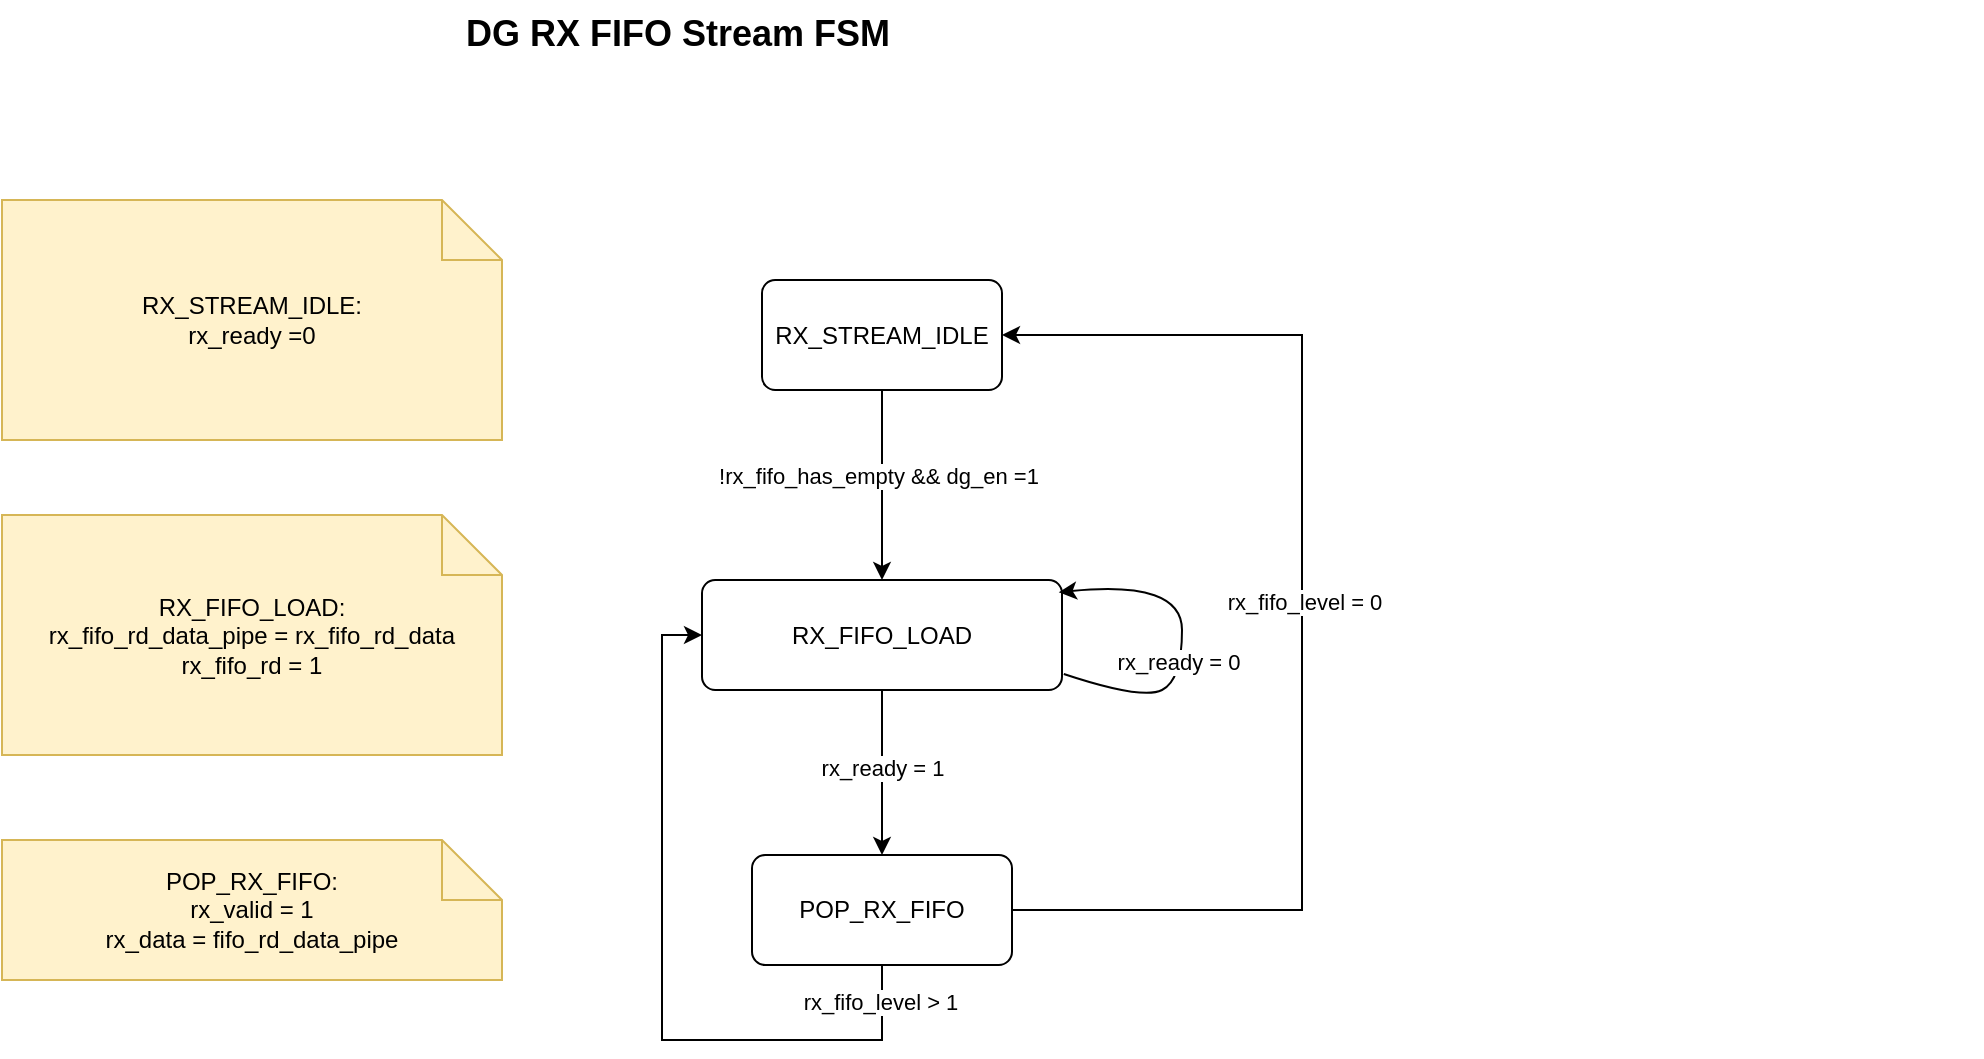
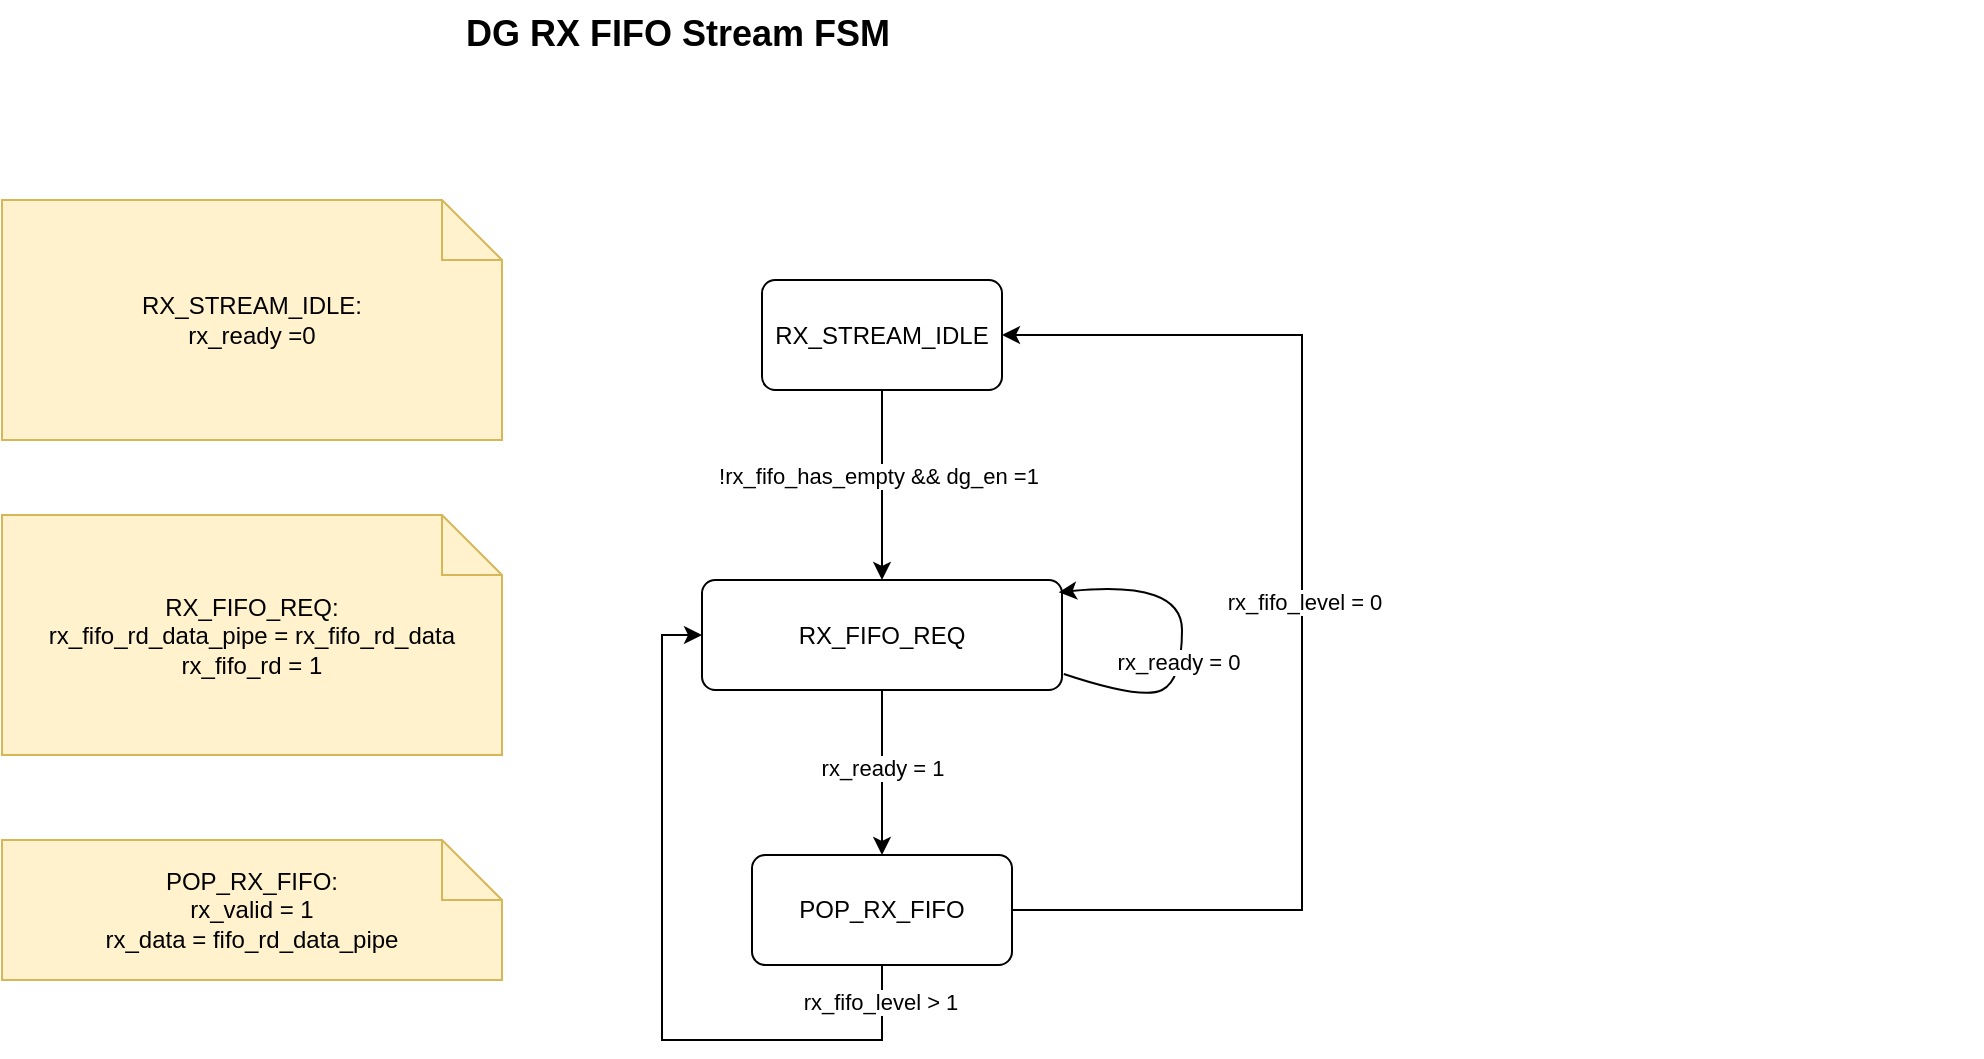
<mxfile host="app.diagrams.net">
  <diagram name="第 1 页" id="1fRNLwPgRf_CtldP1hrz">
    <mxGraphModel dx="-981" dy="380" grid="1" gridSize="10" guides="1" tooltips="1" connect="1" arrows="1" fold="1" page="1" pageScale="1" pageWidth="827" pageHeight="1169" math="0" shadow="0">
      <root>
        <mxCell id="0" />
        <mxCell id="1" parent="0" />
        <mxCell id="M1j7goV4bkzS5Lg1R7Bt-28" parent="1" style="text;html=1;strokeColor=none;fillColor=none;fontSize=18;fontStyle=1;" value="DG RX FIFO Stream FSM&amp;nbsp;&amp;nbsp;" vertex="1">
          <mxGeometry height="40" width="760" x="2040" y="130" as="geometry" />
        </mxCell>
        <mxCell id="M1j7goV4bkzS5Lg1R7Bt-29" parent="1" style="rounded=1;whiteSpace=wrap;html=1;arcSize=12;fillColor=#ffffff;strokeColor=#000000;" value="RX_STREAM_IDLE" vertex="1">
          <mxGeometry height="55" width="120" x="2190" y="270" as="geometry" />
        </mxCell>
-         <mxCell id="M1j7goV4bkzS5Lg1R7Bt-30" parent="1" style="rounded=1;whiteSpace=wrap;html=1;arcSize=12;fillColor=#ffffff;strokeColor=#000000;" value="RX_FIFO_LOAD" vertex="1">
+         <mxCell id="M1j7goV4bkzS5Lg1R7Bt-30" parent="1" style="rounded=1;whiteSpace=wrap;html=1;arcSize=12;fillColor=#ffffff;strokeColor=#000000;" value="RX_FIFO_REQ" vertex="1">
          <mxGeometry height="55" width="180" x="2160" y="420" as="geometry" />
        </mxCell>
        <mxCell id="M1j7goV4bkzS5Lg1R7Bt-31" edge="1" parent="1" source="M1j7goV4bkzS5Lg1R7Bt-29" style="endArrow=classic;html=1;rounded=0;exitX=0.5;exitY=1;exitDx=0;exitDy=0;entryX=0.5;entryY=0;entryDx=0;entryDy=0;" target="M1j7goV4bkzS5Lg1R7Bt-30" value="">
          <mxGeometry height="50" relative="1" width="50" as="geometry">
            <mxPoint x="2270" y="390" as="sourcePoint" />
            <mxPoint x="2320" y="340" as="targetPoint" />
          </mxGeometry>
        </mxCell>
        <mxCell id="M1j7goV4bkzS5Lg1R7Bt-32" connectable="0" parent="M1j7goV4bkzS5Lg1R7Bt-31" style="edgeLabel;html=1;align=center;verticalAlign=middle;resizable=0;points=[];" value="!rx_fifo_has_empty &amp;amp;&amp;amp; dg_en =1" vertex="1">
          <mxGeometry relative="1" x="-0.0927" y="-2" as="geometry">
            <mxPoint as="offset" />
          </mxGeometry>
        </mxCell>
-         <mxCell id="M1j7goV4bkzS5Lg1R7Bt-33" parent="1" style="shape=note;whiteSpace=wrap;html=1;fillColor=#fff2cc;strokeColor=#d6b656;" value="RX_FIFO_LOAD:&lt;div&gt;rx_fifo_rd_data_pipe = rx_fifo_rd_data&lt;br&gt;&lt;/div&gt;&lt;div&gt;rx_fifo_rd = 1&lt;/div&gt;" vertex="1">
+         <mxCell id="M1j7goV4bkzS5Lg1R7Bt-33" parent="1" style="shape=note;whiteSpace=wrap;html=1;fillColor=#fff2cc;strokeColor=#d6b656;" value="RX_FIFO_REQ:&lt;div&gt;rx_fifo_rd_data_pipe = rx_fifo_rd_data&lt;br&gt;&lt;/div&gt;&lt;div&gt;rx_fifo_rd = 1&lt;/div&gt;" vertex="1">
          <mxGeometry height="120" width="250" x="1810" y="387.5" as="geometry" />
        </mxCell>
        <mxCell id="M1j7goV4bkzS5Lg1R7Bt-34" parent="1" style="rounded=1;whiteSpace=wrap;html=1;arcSize=12;fillColor=#ffffff;strokeColor=#000000;" value="POP_RX_FIFO" vertex="1">
          <mxGeometry height="55" width="130" x="2185" y="557.5" as="geometry" />
        </mxCell>
        <mxCell id="M1j7goV4bkzS5Lg1R7Bt-35" edge="1" parent="1" source="M1j7goV4bkzS5Lg1R7Bt-30" style="endArrow=classic;html=1;rounded=0;exitX=0.5;exitY=1;exitDx=0;exitDy=0;entryX=0.5;entryY=0;entryDx=0;entryDy=0;" target="M1j7goV4bkzS5Lg1R7Bt-34" value="">
          <mxGeometry height="50" relative="1" width="50" as="geometry">
            <mxPoint x="2260" y="540" as="sourcePoint" />
            <mxPoint x="2310" y="490" as="targetPoint" />
          </mxGeometry>
        </mxCell>
        <mxCell id="M1j7goV4bkzS5Lg1R7Bt-36" connectable="0" parent="M1j7goV4bkzS5Lg1R7Bt-35" style="edgeLabel;html=1;align=center;verticalAlign=middle;resizable=0;points=[];" value="rx_ready = 1" vertex="1">
          <mxGeometry relative="1" x="-0.0537" as="geometry">
            <mxPoint as="offset" />
          </mxGeometry>
        </mxCell>
        <mxCell id="M1j7goV4bkzS5Lg1R7Bt-37" parent="1" style="shape=note;whiteSpace=wrap;html=1;fillColor=#fff2cc;strokeColor=#d6b656;" value="POP_RX_FIFO:&lt;div&gt;rx_valid = 1&lt;/div&gt;&lt;div&gt;rx_data = fifo_rd_data_pipe&lt;/div&gt;" vertex="1">
          <mxGeometry height="70" width="250" x="1810" y="550" as="geometry" />
        </mxCell>
        <mxCell id="M1j7goV4bkzS5Lg1R7Bt-38" parent="1" style="shape=note;whiteSpace=wrap;html=1;fillColor=#fff2cc;strokeColor=#d6b656;" value="RX_STREAM_IDLE:&lt;div&gt;rx_ready =0&lt;/div&gt;" vertex="1">
          <mxGeometry height="120" width="250" x="1810" y="230" as="geometry" />
        </mxCell>
        <mxCell id="M1j7goV4bkzS5Lg1R7Bt-39" edge="1" parent="1" source="M1j7goV4bkzS5Lg1R7Bt-34" style="endArrow=classic;html=1;rounded=0;exitX=0.5;exitY=1;exitDx=0;exitDy=0;entryX=0;entryY=0.5;entryDx=0;entryDy=0;edgeStyle=orthogonalEdgeStyle;" target="M1j7goV4bkzS5Lg1R7Bt-30" value="">
          <mxGeometry height="50" relative="1" width="50" as="geometry">
            <Array as="points">
              <mxPoint x="2250" y="650" />
              <mxPoint x="2140" y="650" />
              <mxPoint x="2140" y="448" />
            </Array>
            <mxPoint x="2440" y="550" as="sourcePoint" />
            <mxPoint x="2490" y="500" as="targetPoint" />
          </mxGeometry>
        </mxCell>
        <mxCell id="M1j7goV4bkzS5Lg1R7Bt-40" connectable="0" parent="M1j7goV4bkzS5Lg1R7Bt-39" style="edgeLabel;html=1;align=center;verticalAlign=middle;resizable=0;points=[];" value="rx_fifo_level &amp;gt; 1" vertex="1">
          <mxGeometry relative="1" x="-0.9016" y="-1" as="geometry">
            <mxPoint as="offset" />
          </mxGeometry>
        </mxCell>
        <mxCell id="M1j7goV4bkzS5Lg1R7Bt-41" edge="1" parent="1" source="M1j7goV4bkzS5Lg1R7Bt-34" style="endArrow=classic;html=1;rounded=0;exitX=1;exitY=0.5;exitDx=0;exitDy=0;entryX=1;entryY=0.5;entryDx=0;entryDy=0;edgeStyle=orthogonalEdgeStyle;" target="M1j7goV4bkzS5Lg1R7Bt-29" value="">
          <mxGeometry height="50" relative="1" width="50" as="geometry">
            <Array as="points">
              <mxPoint x="2460" y="585" />
              <mxPoint x="2460" y="298" />
            </Array>
            <mxPoint x="2400" y="580" as="sourcePoint" />
            <mxPoint x="2450" y="530" as="targetPoint" />
          </mxGeometry>
        </mxCell>
        <mxCell id="M1j7goV4bkzS5Lg1R7Bt-42" connectable="0" parent="M1j7goV4bkzS5Lg1R7Bt-41" style="edgeLabel;html=1;align=center;verticalAlign=middle;resizable=0;points=[];" value="rx_fifo_level = 0" vertex="1">
          <mxGeometry relative="1" x="0.0267" y="-1" as="geometry">
            <mxPoint as="offset" />
          </mxGeometry>
        </mxCell>
        <mxCell id="M1j7goV4bkzS5Lg1R7Bt-55" edge="1" parent="1" source="M1j7goV4bkzS5Lg1R7Bt-30" style="curved=1;endArrow=classic;html=1;rounded=0;entryX=0.991;entryY=0.112;entryDx=0;entryDy=0;exitX=1.005;exitY=0.854;exitDx=0;exitDy=0;exitPerimeter=0;entryPerimeter=0;" target="M1j7goV4bkzS5Lg1R7Bt-30" value="">
          <mxGeometry height="50" relative="1" width="50" as="geometry">
            <Array as="points">
              <mxPoint x="2380" y="480" />
              <mxPoint x="2400" y="470" />
              <mxPoint x="2400" y="420" />
            </Array>
            <mxPoint x="2350" y="540" as="sourcePoint" />
            <mxPoint x="2400" y="490" as="targetPoint" />
          </mxGeometry>
        </mxCell>
        <mxCell id="M1j7goV4bkzS5Lg1R7Bt-56" connectable="0" parent="M1j7goV4bkzS5Lg1R7Bt-55" style="edgeLabel;html=1;align=center;verticalAlign=middle;resizable=0;points=[];" value="rx_ready = 0" vertex="1">
          <mxGeometry relative="1" x="-0.1698" y="2" as="geometry">
            <mxPoint as="offset" />
          </mxGeometry>
        </mxCell>
      </root>
    </mxGraphModel>
  </diagram>
</mxfile>
